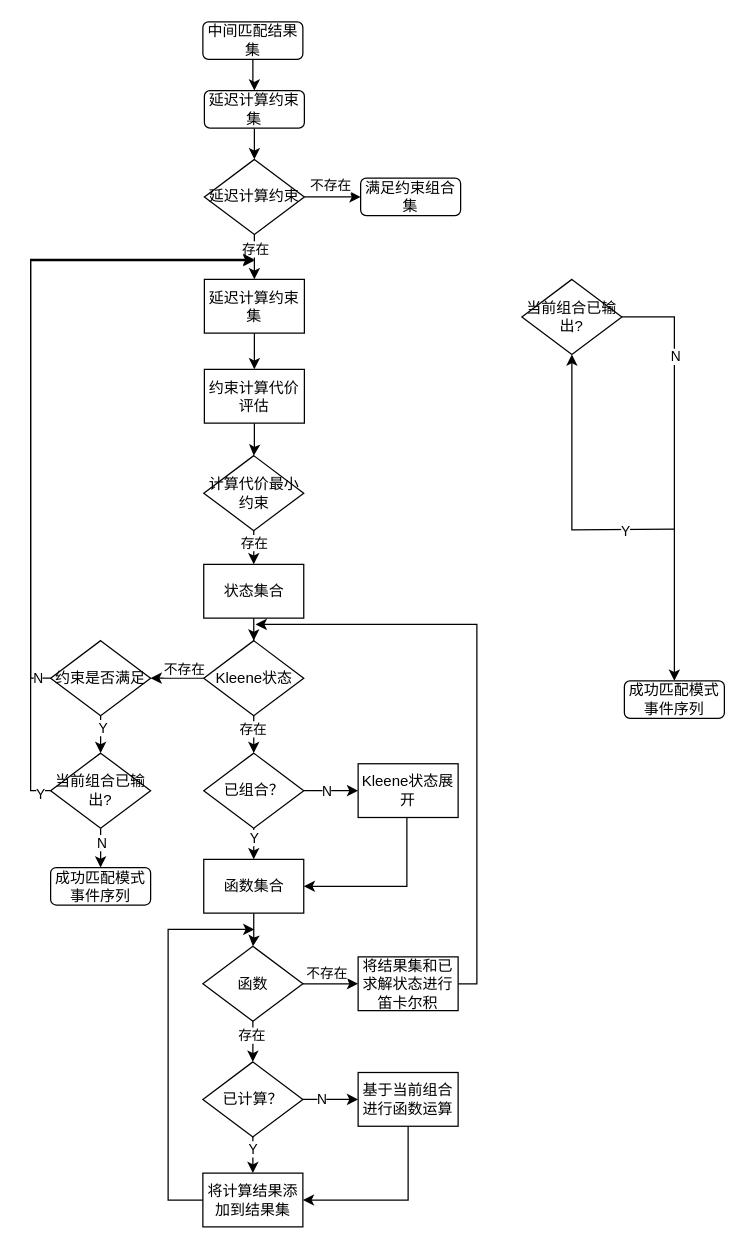
Earlier version of the draw.io diagram page "基于模式基础解集展开" (12 of 12) of 毕业论文.drawio (LiLiJacky/graphData). Source tidied: cells renumbered, new cells numbered last; positions are measured from the earlier drawing's top-left corner, leaving out a move shared by most shapes. Both pictures are drawn from the tidied source at 125%, with x=0, y=0 at pixel (30, 21).
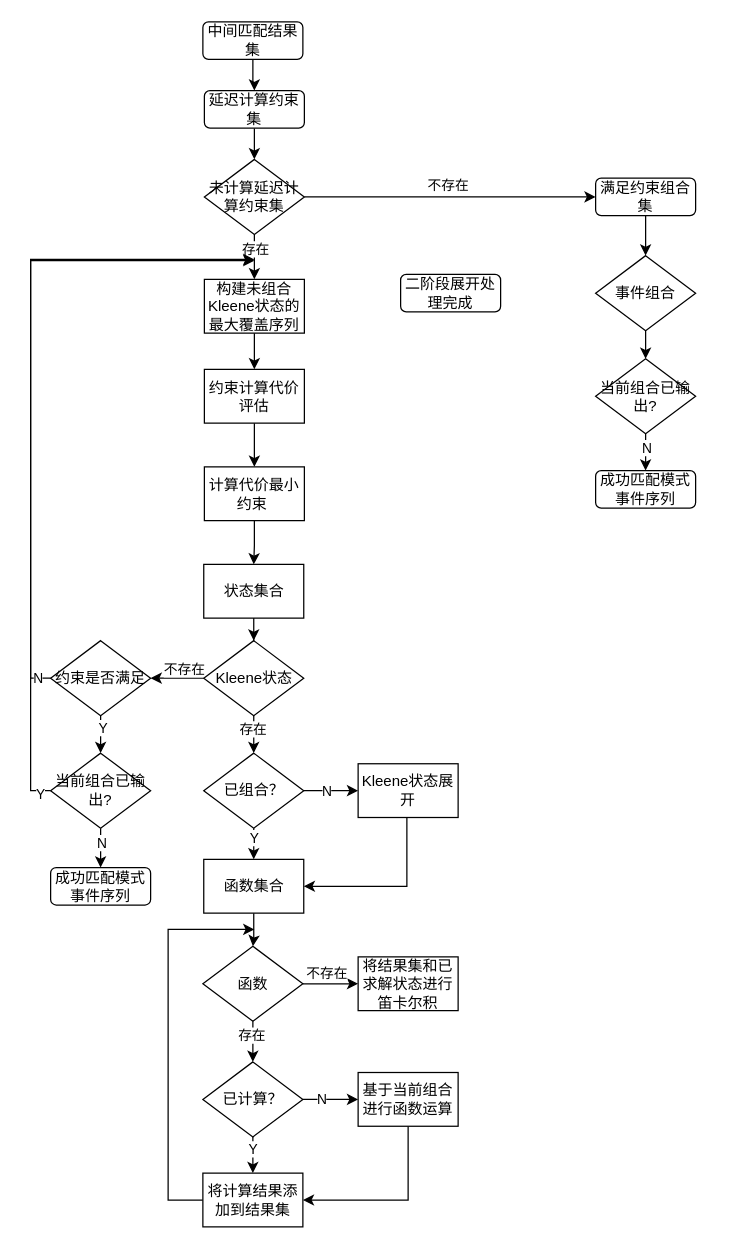
The same page after the edit.

Unchanged cells that the change refers to:
```xml
<mxCell id="14" value="状态集合" style="rounded=0;whiteSpace=wrap;html=1;" parent="1" vertex="1">
  <mxGeometry x="138.5" y="434" width="80" height="43" as="geometry" />
</mxCell>
<mxCell id="25" value="将结果集和已求解状态进行笛卡尔积" style="rounded=0;whiteSpace=wrap;html=1;" parent="1" vertex="1">
  <mxGeometry x="262" y="748" width="80" height="43" as="geometry" />
</mxCell>
```

Diff of the diagram source:
```diff
@@
-    <mxCell id="7" value="&lt;span style=&quot;color: rgb(0, 0, 0); background-color: rgb(255, 255, 255); float: none; display: inline !important;&quot;&gt;延迟计算约束集&lt;/span&gt;" style="rounded=0;whiteSpace=wrap;html=1;" parent="1" vertex="1">
+    <mxCell id="7" value="构建未组合Kleene状态的最大覆盖序列" style="rounded=0;whiteSpace=wrap;html=1;" parent="1" vertex="1">
       <mxGeometry x="139" y="206" width="80" height="43" as="geometry" />
     </mxCell>
@@
-    <mxCell id="12" value="延迟计算约束" style="rhombus;whiteSpace=wrap;html=1;" parent="1" vertex="1">
+    <mxCell id="12" value="未计算延迟计算约束集" style="rhombus;whiteSpace=wrap;html=1;" parent="1" vertex="1">
       <mxGeometry x="139" y="110" width="80" height="60" as="geometry" />
     </mxCell>
@@
-    <mxCell id="24" style="edgeStyle=orthogonalEdgeStyle;rounded=0;jettySize=auto;html=1;" parent="1" edge="1" source="25">
-      <mxGeometry relative="1" as="geometry">
-        <mxPoint x="180" y="482" as="targetPoint" />
-        <Array as="points">
-          <mxPoint x="357" y="770" />
-          <mxPoint x="357" y="482" />
-        </Array>
-      </mxGeometry>
-    </mxCell>
@@
-    <mxCell id="26" style="edgeStyle=orthogonalEdgeStyle;rounded=0;jettySize=auto;html=1;" parent="1" edge="1" source="28" target="14">
-      <mxGeometry relative="1" as="geometry" />
-    </mxCell>
-    <mxCell id="27" value="存在" style="edgeLabel;html=1;align=center;verticalAlign=middle;" parent="26" vertex="1">
-      <mxGeometry x="0.31" relative="1" as="geometry" />
-    </mxCell>
-    <mxCell id="28" value="计算代价最小约束" style="rhombus;whiteSpace=wrap;html=1;" parent="1" vertex="1">
-      <mxGeometry x="138.5" y="347" width="80" height="60" as="geometry" />
-    </mxCell>
@@
-    <mxCell id="60" style="edgeStyle=orthogonalEdgeStyle;rounded=0;jettySize=auto;html=1;" parent="1" edge="1" target="64">
-      <mxGeometry relative="1" as="geometry">
-        <mxPoint x="515" y="405.8" as="sourcePoint" />
-      </mxGeometry>
-    </mxCell>
-    <mxCell id="61" value="Y" style="edgeLabel;html=1;align=center;verticalAlign=middle;" parent="60" vertex="1">
-      <mxGeometry x="-0.64" y="1" relative="1" as="geometry" />
-    </mxCell>
@@
     <mxCell id="64" value="当前组合已输出?" style="rhombus;whiteSpace=wrap;html=1;" parent="1" vertex="1">
-      <mxGeometry x="393" y="206" width="80" height="60" as="geometry" />
+      <mxGeometry x="452" y="269.5" width="80" height="60" as="geometry" />
     </mxCell>
     <mxCell id="65" value="成功匹配模式事件序列" style="rounded=1;whiteSpace=wrap;html=1;" parent="1" vertex="1">
-      <mxGeometry x="475" y="527.2" width="80" height="30" as="geometry" />
+      <mxGeometry x="452" y="359" width="80" height="30" as="geometry" />
     </mxCell>
+    <mxCell id="67" style="edgeStyle=orthogonalEdgeStyle;rounded=0;jettySize=auto;html=1;" parent="1" edge="1" source="66" target="69">
+      <mxGeometry relative="1" as="geometry" />
+    </mxCell>
     <mxCell id="66" value="满足约束组合集" style="rounded=1;whiteSpace=wrap;html=1;" parent="1" vertex="1">
-      <mxGeometry x="264" y="125" width="80" height="30" as="geometry" />
+      <mxGeometry x="452" y="125" width="80" height="30" as="geometry" />
     </mxCell>
+    <mxCell id="68" style="edgeStyle=orthogonalEdgeStyle;rounded=0;jettySize=auto;html=1;" parent="1" edge="1" source="69" target="64">
+      <mxGeometry relative="1" as="geometry" />
+    </mxCell>
+    <mxCell id="69" value="事件组合" style="rhombus;whiteSpace=wrap;html=1;" parent="1" vertex="1">
+      <mxGeometry x="452" y="187" width="80" height="60" as="geometry" />
+    </mxCell>
+    <mxCell id="26" style="edgeStyle=orthogonalEdgeStyle;rounded=0;jettySize=auto;html=1;" parent="1" edge="1" source="28" target="14">
+      <mxGeometry relative="1" as="geometry" />
+    </mxCell>
+    <mxCell id="28" value="计算代价最小约束&amp;nbsp;" style="rounded=0;whiteSpace=wrap;html=1;" parent="1" vertex="1">
+      <mxGeometry x="139" y="356" width="80" height="43" as="geometry" />
+    </mxCell>
+    <mxCell id="70" value="二阶段展开处理完成" style="rounded=1;whiteSpace=wrap;html=1;" parent="1" vertex="1">
+      <mxGeometry x="296" y="202" width="80" height="30" as="geometry" />
+    </mxCell>
```
